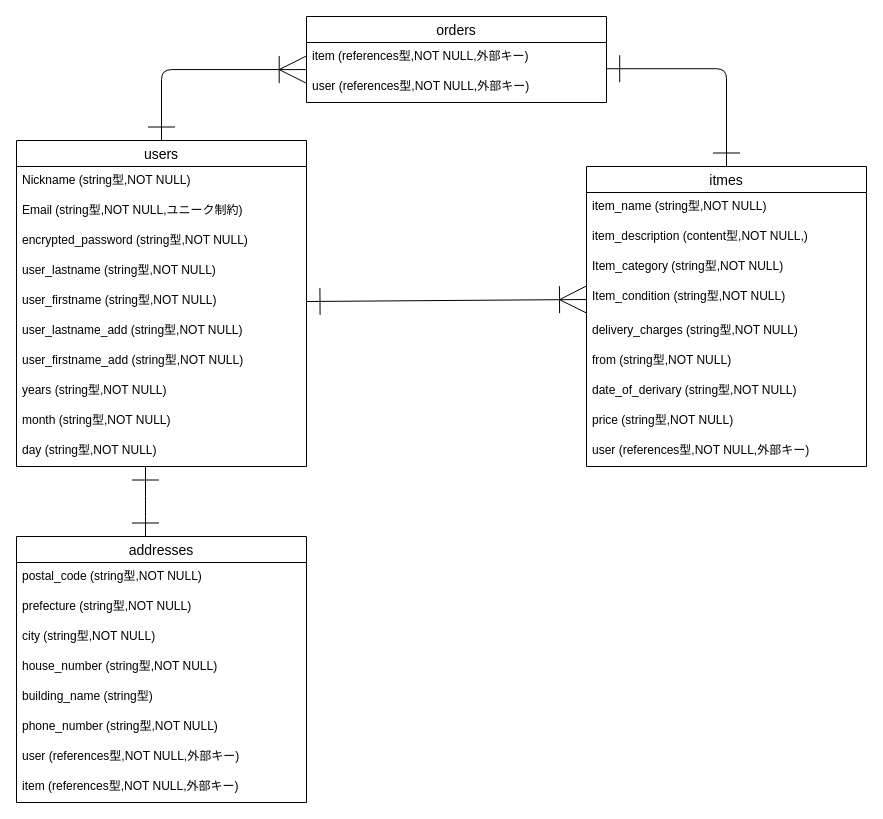
Above: furima.dio in yuto0602/furima-39242 (draw.io), before the change. Source tidied: cells renumbered, new cells numbered last; positions are measured from the earlier drawing's top-left corner, leaving out a move shared by most shapes. Both pictures are drawn from the tidied source at 100%, with x=0, y=0 at pixel (16, 16).
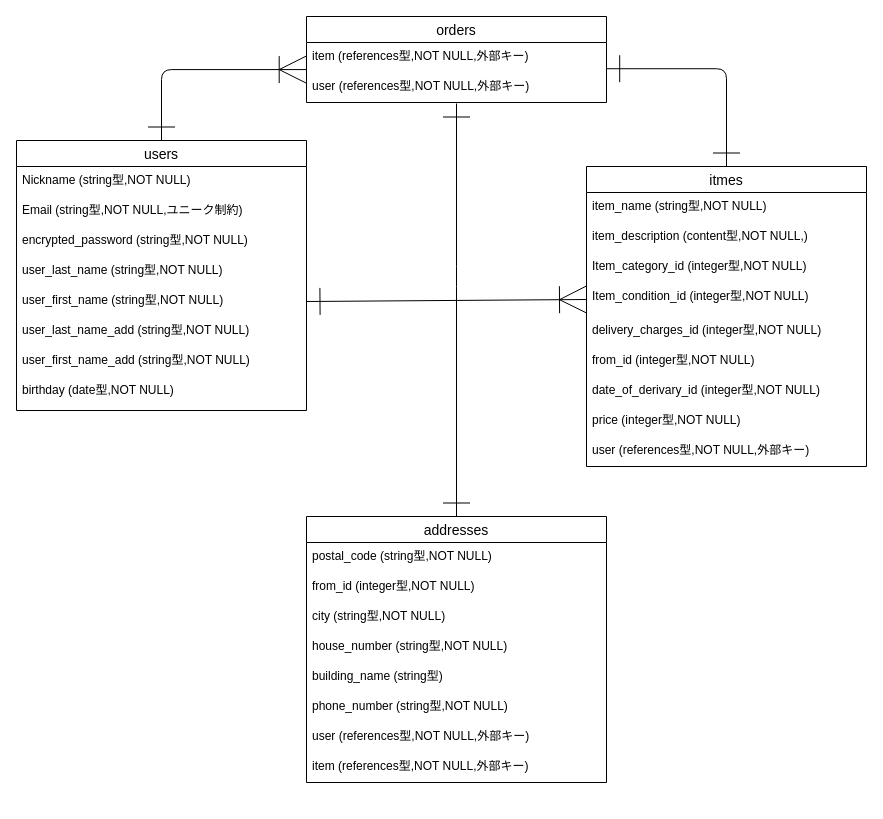
Above is the later version.

Unchanged cells that the change refers to:
```xml
<mxCell id="3" value="itmes" style="swimlane;fontStyle=0;horizontal=1;startSize=26;align=center;fontSize=14;" parent="1" vertex="1">
  <mxGeometry x="570" y="150" width="280" height="300" as="geometry" />
</mxCell>
```

Change to the diagram source:
```diff
@@
-    <mxCell id="6" value="Item_category (string型,NOT NULL)" style="text;strokeColor=none;fillColor=none;spacingLeft=4;spacingRight=4;overflow=hidden;fontSize=12;" parent="3" vertex="1">
+    <mxCell id="6" value="Item_category_id (integer型,NOT NULL)" style="text;strokeColor=none;fillColor=none;spacingLeft=4;spacingRight=4;overflow=hidden;fontSize=12;" parent="3" vertex="1">
       <mxGeometry y="86" width="280" height="30" as="geometry" />
     </mxCell>
-    <mxCell id="7" value="Item_condition (string型,NOT NULL)" style="text;strokeColor=none;fillColor=none;spacingLeft=4;spacingRight=4;overflow=hidden;points=[[0,0.5],[1,0.5]];portConstraint=eastwest;fontSize=12;" parent="3" vertex="1">
+    <mxCell id="7" value="Item_condition_id (integer型,NOT NULL)" style="text;strokeColor=none;fillColor=none;spacingLeft=4;spacingRight=4;overflow=hidden;points=[[0,0.5],[1,0.5]];portConstraint=eastwest;fontSize=12;" parent="3" vertex="1">
       <mxGeometry y="116" width="280" height="34" as="geometry" />
     </mxCell>
-    <mxCell id="8" value="delivery_charges (string型,NOT NULL)" style="text;strokeColor=none;fillColor=none;spacingLeft=4;spacingRight=4;overflow=hidden;fontSize=12;" parent="3" vertex="1">
+    <mxCell id="8" value="delivery_charges_id (integer型,NOT NULL)" style="text;strokeColor=none;fillColor=none;spacingLeft=4;spacingRight=4;overflow=hidden;fontSize=12;" parent="3" vertex="1">
       <mxGeometry y="150" width="280" height="30" as="geometry" />
     </mxCell>
-    <mxCell id="9" value="from (string型,NOT NULL)" style="text;strokeColor=none;fillColor=none;spacingLeft=4;spacingRight=4;overflow=hidden;fontSize=12;" parent="3" vertex="1">
+    <mxCell id="9" value="from_id (integer型,NOT NULL)" style="text;strokeColor=none;fillColor=none;spacingLeft=4;spacingRight=4;overflow=hidden;fontSize=12;" parent="3" vertex="1">
       <mxGeometry y="180" width="280" height="30" as="geometry" />
     </mxCell>
-    <mxCell id="10" value="date_of_derivary (string型,NOT NULL)" style="text;strokeColor=none;fillColor=none;spacingLeft=4;spacingRight=4;overflow=hidden;fontSize=12;" parent="3" vertex="1">
+    <mxCell id="10" value="date_of_derivary_id (integer型,NOT NULL)" style="text;strokeColor=none;fillColor=none;spacingLeft=4;spacingRight=4;overflow=hidden;fontSize=12;" parent="3" vertex="1">
       <mxGeometry y="210" width="280" height="30" as="geometry" />
     </mxCell>
-    <mxCell id="11" value="price (string型,NOT NULL)" style="text;strokeColor=none;fillColor=none;spacingLeft=4;spacingRight=4;overflow=hidden;fontSize=12;" parent="3" vertex="1">
+    <mxCell id="11" value="price (integer型,NOT NULL)" style="text;strokeColor=none;fillColor=none;spacingLeft=4;spacingRight=4;overflow=hidden;fontSize=12;" parent="3" vertex="1">
       <mxGeometry y="240" width="280" height="30" as="geometry" />
     </mxCell>
@@
+    <mxCell id="39" style="edgeStyle=none;html=1;endArrow=ERone;endFill=0;startArrow=ERone;startFill=0;endSize=25;startSize=25;entryX=0.5;entryY=0;entryDx=0;entryDy=0;" parent="1" edge="1" target="29">
+      <mxGeometry relative="1" as="geometry">
+        <mxPoint x="440" y="87" as="sourcePoint" />
+        <Array as="points">
+          <mxPoint x="440" y="260" />
+        </Array>
+      </mxGeometry>
+    </mxCell>
@@
-    <mxCell id="16" style="html=1;endArrow=ERone;endFill=0;endSize=25;targetPerimeterSpacing=0;elbow=vertical;startArrow=ERone;startFill=0;startSize=25;" parent="1" edge="1">
-      <mxGeometry relative="1" as="geometry">
-        <mxPoint x="129" y="450" as="sourcePoint" />
-        <mxPoint x="129" y="520" as="targetPoint" />
-        <Array as="points">
-          <mxPoint x="129" y="490" />
-        </Array>
-      </mxGeometry>
-    </mxCell>
@@
     <mxCell id="18" value="users" style="swimlane;fontStyle=0;horizontal=1;startSize=26;align=center;fontSize=14;" parent="1" vertex="1">
-      <mxGeometry y="124" width="290" height="326" as="geometry" />
+      <mxGeometry y="124" width="290" height="270" as="geometry" />
     </mxCell>
@@
-    <mxCell id="22" value="user_lastname (string型,NOT NULL)" style="text;strokeColor=none;fillColor=none;spacingLeft=4;spacingRight=4;overflow=hidden;fontSize=12;" parent="18" vertex="1">
+    <mxCell id="22" value="user_last_name (string型,NOT NULL)" style="text;strokeColor=none;fillColor=none;spacingLeft=4;spacingRight=4;overflow=hidden;fontSize=12;" parent="18" vertex="1">
       <mxGeometry y="116" width="290" height="30" as="geometry" />
     </mxCell>
-    <mxCell id="23" value="user_firstname (string型,NOT NULL)" style="text;strokeColor=none;fillColor=none;spacingLeft=4;spacingRight=4;overflow=hidden;points=[[0,0.5],[1,0.5]];portConstraint=eastwest;fontSize=12;" parent="18" vertex="1">
+    <mxCell id="23" value="user_first_name (string型,NOT NULL)" style="text;strokeColor=none;fillColor=none;spacingLeft=4;spacingRight=4;overflow=hidden;points=[[0,0.5],[1,0.5]];portConstraint=eastwest;fontSize=12;" parent="18" vertex="1">
       <mxGeometry y="146" width="290" height="30" as="geometry" />
     </mxCell>
-    <mxCell id="24" value="user_lastname_add (string型,NOT NULL)" style="text;strokeColor=none;fillColor=none;spacingLeft=4;spacingRight=4;overflow=hidden;fontSize=12;" parent="18" vertex="1">
+    <mxCell id="24" value="user_last_name_add (string型,NOT NULL)" style="text;strokeColor=none;fillColor=none;spacingLeft=4;spacingRight=4;overflow=hidden;fontSize=12;" parent="18" vertex="1">
       <mxGeometry y="176" width="290" height="30" as="geometry" />
     </mxCell>
-    <mxCell id="25" value="user_firstname_add (string型,NOT NULL)" style="text;strokeColor=none;fillColor=none;spacingLeft=4;spacingRight=4;overflow=hidden;fontSize=12;" parent="18" vertex="1">
+    <mxCell id="25" value="user_first_name_add (string型,NOT NULL)" style="text;strokeColor=none;fillColor=none;spacingLeft=4;spacingRight=4;overflow=hidden;fontSize=12;" parent="18" vertex="1">
       <mxGeometry y="206" width="290" height="30" as="geometry" />
     </mxCell>
-    <mxCell id="26" value="years (string型,NOT NULL)" style="text;strokeColor=none;fillColor=none;spacingLeft=4;spacingRight=4;overflow=hidden;fontSize=12;" parent="18" vertex="1">
-      <mxGeometry y="236" width="290" height="30" as="geometry" />
+    <mxCell id="26" value="birthday (date型,NOT NULL)" style="text;strokeColor=none;fillColor=none;spacingLeft=4;spacingRight=4;overflow=hidden;fontSize=12;" parent="18" vertex="1">
+      <mxGeometry y="236" width="290" height="34" as="geometry" />
     </mxCell>
-    <mxCell id="27" value="month (string型,NOT NULL)" style="text;strokeColor=none;fillColor=none;spacingLeft=4;spacingRight=4;overflow=hidden;fontSize=12;" parent="18" vertex="1">
-      <mxGeometry y="266" width="290" height="30" as="geometry" />
-    </mxCell>
-    <mxCell id="28" value="day (string型,NOT NULL)" style="text;strokeColor=none;fillColor=none;spacingLeft=4;spacingRight=4;overflow=hidden;fontSize=12;" parent="18" vertex="1">
-      <mxGeometry y="296" width="290" height="30" as="geometry" />
-    </mxCell>
     <mxCell id="29" value="addresses" style="swimlane;fontStyle=0;horizontal=1;startSize=26;align=center;fontSize=14;" parent="1" vertex="1">
-      <mxGeometry y="520" width="290" height="266" as="geometry" />
+      <mxGeometry x="290" y="500" width="300" height="266" as="geometry" />
     </mxCell>
     <mxCell id="30" value="postal_code (string型,NOT NULL)" style="text;strokeColor=none;fillColor=none;spacingLeft=4;spacingRight=4;overflow=hidden;fontSize=12;" parent="29" vertex="1">
-      <mxGeometry y="26" width="290" height="30" as="geometry" />
+      <mxGeometry y="26" width="300" height="30" as="geometry" />
     </mxCell>
-    <mxCell id="31" value="prefecture (string型,NOT NULL)" style="text;strokeColor=none;fillColor=none;spacingLeft=4;spacingRight=4;overflow=hidden;fontSize=12;" parent="29" vertex="1">
-      <mxGeometry y="56" width="290" height="30" as="geometry" />
+    <mxCell id="31" value="from_id (integer型,NOT NULL)" style="text;strokeColor=none;fillColor=none;spacingLeft=4;spacingRight=4;overflow=hidden;fontSize=12;" parent="29" vertex="1">
+      <mxGeometry y="56" width="300" height="30" as="geometry" />
     </mxCell>
     <mxCell id="32" value="city (string型,NOT NULL)" style="text;strokeColor=none;fillColor=none;spacingLeft=4;spacingRight=4;overflow=hidden;fontSize=12;" parent="29" vertex="1">
-      <mxGeometry y="86" width="290" height="30" as="geometry" />
+      <mxGeometry y="86" width="300" height="30" as="geometry" />
     </mxCell>
     <mxCell id="33" value="house_number (string型,NOT NULL)" style="text;strokeColor=none;fillColor=none;spacingLeft=4;spacingRight=4;overflow=hidden;fontSize=12;" parent="29" vertex="1">
-      <mxGeometry y="116" width="290" height="30" as="geometry" />
+      <mxGeometry y="116" width="300" height="30" as="geometry" />
     </mxCell>
     <mxCell id="34" value="building_name (string型)" style="text;strokeColor=none;fillColor=none;spacingLeft=4;spacingRight=4;overflow=hidden;fontSize=12;" parent="29" vertex="1">
-      <mxGeometry y="146" width="290" height="30" as="geometry" />
+      <mxGeometry y="146" width="300" height="30" as="geometry" />
     </mxCell>
     <mxCell id="35" value="phone_number (string型,NOT NULL)" style="text;strokeColor=none;fillColor=none;spacingLeft=4;spacingRight=4;overflow=hidden;fontSize=12;" parent="29" vertex="1">
-      <mxGeometry y="176" width="290" height="30" as="geometry" />
+      <mxGeometry y="176" width="300" height="30" as="geometry" />
     </mxCell>
     <mxCell id="36" value="user (references型,NOT NULL,外部キー)" style="text;strokeColor=none;fillColor=none;spacingLeft=4;spacingRight=4;overflow=hidden;fontSize=12;" parent="29" vertex="1">
-      <mxGeometry y="206" width="290" height="30" as="geometry" />
+      <mxGeometry y="206" width="300" height="30" as="geometry" />
     </mxCell>
     <mxCell id="37" value="item (references型,NOT NULL,外部キー)" style="text;strokeColor=none;fillColor=none;spacingLeft=4;spacingRight=4;overflow=hidden;fontSize=12;" parent="29" vertex="1">
-      <mxGeometry y="236" width="290" height="30" as="geometry" />
+      <mxGeometry y="236" width="300" height="30" as="geometry" />
     </mxCell>
```
